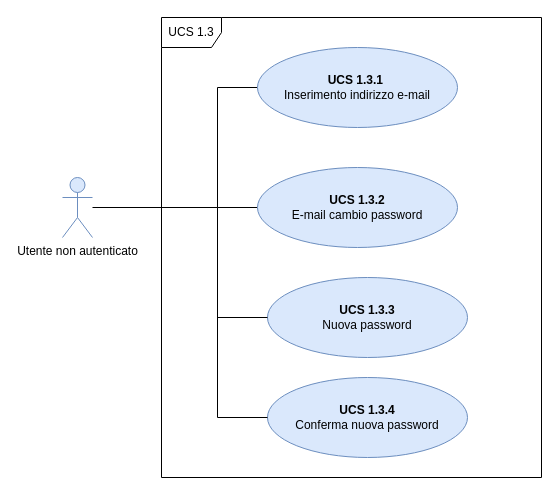
qb-team/Stalker-Documentazione keeps this draw.io diagram as page "Page-2" (1 of 5) of DocumentazioneEsterna/AnalisiDeiRequisiti/Sezioni/UseCase/draw.io/UC SERVER/UCS1.3.drawio. Above is the earlier version. Source tidied: cells renumbered, new cells numbered last; positions are measured from the earlier drawing's top-left corner, leaving out a move shared by most shapes. Both pictures are drawn from the tidied source at 100%, with x=0, y=0 at pixel (62, 17).
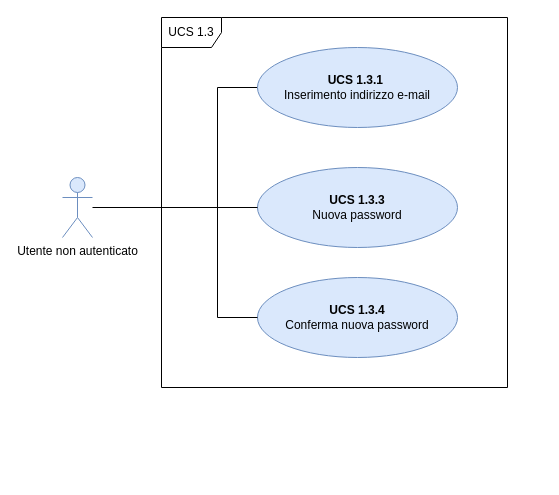
The same diagram, later.

Diff of the diagram source:
```diff
@@
 <mxGraphModel>
   <root>
     <mxCell id="0" />
     <mxCell id="1" parent="0" />
-    <mxCell id="2" style="endArrow=none;html=1;entryX=0;entryY=0.5;entryDx=0;entryDy=0;" parent="1" edge="1" target="7">
+    <mxCell id="2" style="endArrow=none;html=1;entryX=0;entryY=0.5;entryDx=0;entryDy=0;" parent="1" edge="1">
       <mxGeometry relative="1" as="geometry">
         <mxPoint x="155" y="190" as="sourcePoint" />
+        <mxPoint x="195" y="190" as="targetPoint" />
       </mxGeometry>
     </mxCell>
     <mxCell id="3" style="edgeStyle=orthogonalEdgeStyle;rounded=0;jettySize=auto;html=1;entryX=0;entryY=0.5;entryDx=0;entryDy=0;endArrow=none;endFill=0;" parent="1" edge="1" source="4" target="6">
       <mxGeometry relative="1" as="geometry">
         <Array as="points">
           <mxPoint x="155" y="190" />
           <mxPoint x="155" y="70" />
         </Array>
       </mxGeometry>
     </mxCell>
     <mxCell id="4" value="Utente non autenticato" style="shape=umlActor;verticalLabelPosition=bottom;labelBackgroundColor=#ffffff;verticalAlign=top;html=1;outlineConnect=0;fillColor=#dae8fc;strokeColor=#6c8ebf;" parent="1" vertex="1">
       <mxGeometry y="160" width="30" height="60" as="geometry" />
     </mxCell>
     <mxCell id="5" value="UCS 1.3" style="shape=umlFrame;whiteSpace=wrap;html=1;" parent="1" vertex="1">
-      <mxGeometry x="99" width="380" height="460" as="geometry" />
+      <mxGeometry x="99" width="346" height="370" as="geometry" />
     </mxCell>
     <mxCell id="6" value="&lt;b&gt;UCS 1.3.1&amp;nbsp;&lt;/b&gt;&lt;br&gt;Inserimento indirizzo e-mail&lt;b&gt;&lt;br&gt;&lt;/b&gt;" style="ellipse;whiteSpace=wrap;html=1;fillColor=#dae8fc;strokeColor=#6c8ebf;" parent="1" vertex="1">
       <mxGeometry x="195" y="30" width="200" height="80" as="geometry" />
     </mxCell>
-    <mxCell id="7" value="&lt;b&gt;UCS 1.3.2&lt;/b&gt;&lt;br&gt;E-mail cambio password&lt;b&gt;&lt;br&gt;&lt;/b&gt;" style="ellipse;whiteSpace=wrap;html=1;fillColor=#dae8fc;strokeColor=#6c8ebf;" parent="1" vertex="1">
-      <mxGeometry x="195" y="150" width="200" height="80" as="geometry" />
-    </mxCell>
     <mxCell id="8" value="&lt;b&gt;UCS 1.3.3&lt;/b&gt;&lt;br&gt;Nuova password" style="ellipse;whiteSpace=wrap;html=1;fillColor=#dae8fc;strokeColor=#6c8ebf;" parent="1" vertex="1">
-      <mxGeometry x="205" y="260" width="200" height="80" as="geometry" />
+      <mxGeometry x="195" y="150" width="200" height="80" as="geometry" />
     </mxCell>
     <mxCell id="9" value="&lt;b&gt;UCS 1.3.4&lt;br&gt;&lt;/b&gt;Conferma nuova password" style="ellipse;whiteSpace=wrap;html=1;fillColor=#dae8fc;strokeColor=#6c8ebf;" parent="1" vertex="1">
-      <mxGeometry x="205" y="360" width="200" height="80" as="geometry" />
+      <mxGeometry x="195" y="260" width="200" height="80" as="geometry" />
     </mxCell>
     <mxCell id="10" style="endArrow=none;html=1;" parent="1" edge="1">
       <mxGeometry relative="1" as="geometry">
-        <mxPoint x="155" y="400" as="sourcePoint" />
+        <mxPoint x="155" y="300" as="sourcePoint" />
         <mxPoint x="155" y="190" as="targetPoint" />
       </mxGeometry>
     </mxCell>
     <mxCell id="11" style="endArrow=none;html=1;entryX=0;entryY=0.5;entryDx=0;entryDy=0;" parent="1" edge="1" target="8">
       <mxGeometry relative="1" as="geometry">
-        <mxPoint x="155" y="300" as="sourcePoint" />
+        <mxPoint x="155" y="190" as="sourcePoint" />
       </mxGeometry>
     </mxCell>
     <mxCell id="12" style="endArrow=none;html=1;entryX=0;entryY=0.5;entryDx=0;entryDy=0;" parent="1" edge="1" target="9">
       <mxGeometry relative="1" as="geometry">
-        <mxPoint x="155" y="400" as="sourcePoint" />
+        <mxPoint x="155" y="300" as="sourcePoint" />
       </mxGeometry>
     </mxCell>
   </root>
 </mxGraphModel>
```
